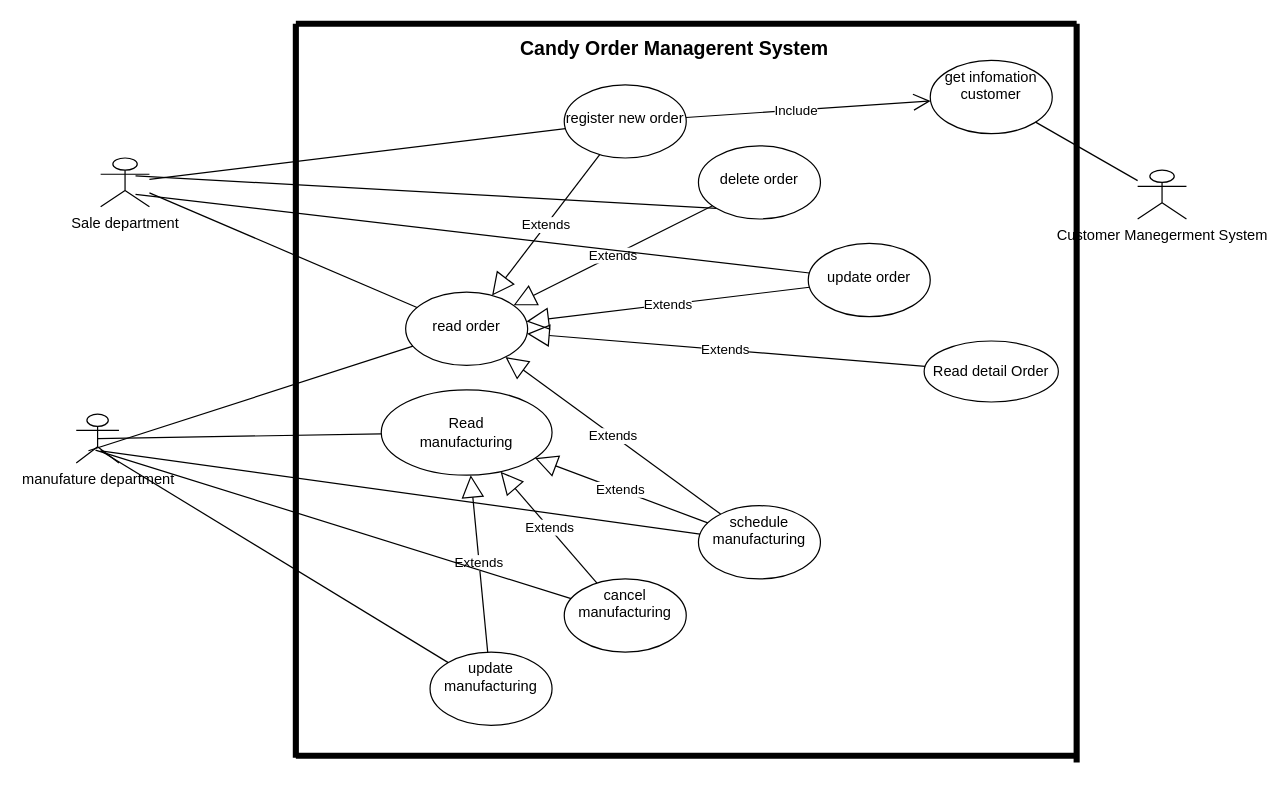
tuongkhang1701/Diagram keeps this draw.io diagram as sale.drawio. Above is the earlier version. Source tidied: cells renumbered, new cells numbered last; positions are measured from the earlier drawing's top-left corner, leaving out a move shared by most shapes. Both pictures are drawn from the tidied source at 122%, with x=0, y=0 at pixel (76, 23).
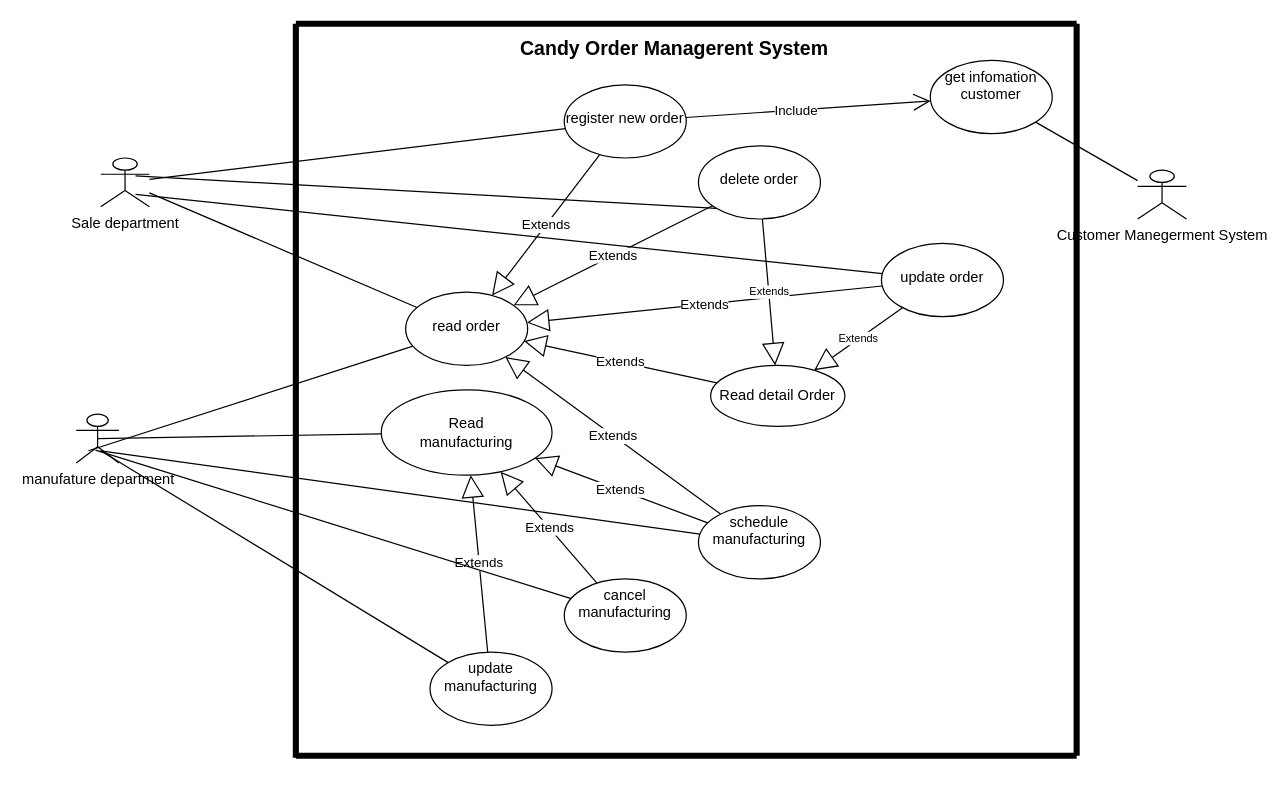
After the change.

The change refers to these unchanged cells:
```xml
<mxCell id="5" value="&lt;br&gt;delete order" style="ellipse;whiteSpace=wrap;html=1;verticalAlign=top;" parent="1" vertex="1">
  <mxGeometry x="510" y="100" width="100" height="60" as="geometry" />
</mxCell>
```

What changed in the source:
```diff
@@
     <mxCell id="4" value="&lt;br&gt;update order" style="ellipse;whiteSpace=wrap;html=1;verticalAlign=top;" parent="1" vertex="1">
-      <mxGeometry x="600" y="180" width="100" height="60" as="geometry" />
+      <mxGeometry x="660" y="180" width="100" height="60" as="geometry" />
     </mxCell>
@@
     <mxCell id="33" value="Read detail Order" style="ellipse;whiteSpace=wrap;html=1;" parent="1" vertex="1">
-      <mxGeometry x="695" y="260" width="110" height="50" as="geometry" />
+      <mxGeometry x="520" y="280" width="110" height="50" as="geometry" />
     </mxCell>
@@
     <mxCell id="37" style="endArrow=none;html=1;strokeWidth=5;" parent="1" edge="1">
       <mxGeometry relative="1" as="geometry">
-        <mxPoint x="820" y="605.6" as="sourcePoint" />
+        <mxPoint x="820" y="600" as="sourcePoint" />
         <mxPoint x="820" as="targetPoint" />
       </mxGeometry>
     </mxCell>
@@
+    <mxCell id="40" value="Extends" style="endArrow=block;endSize=16;endFill=0;html=1;strokeWidth=1;fontSize=9;fontColor=#000000;" parent="1" edge="1" source="4" target="33">
+      <mxGeometry relative="1" as="geometry" />
+    </mxCell>
+    <mxCell id="41" value="Extends" style="endArrow=block;endSize=16;endFill=0;html=1;strokeWidth=1;fontSize=9;fontColor=#000000;" parent="1" edge="1" source="5" target="33">
+      <mxGeometry relative="1" as="geometry" />
+    </mxCell>
```
